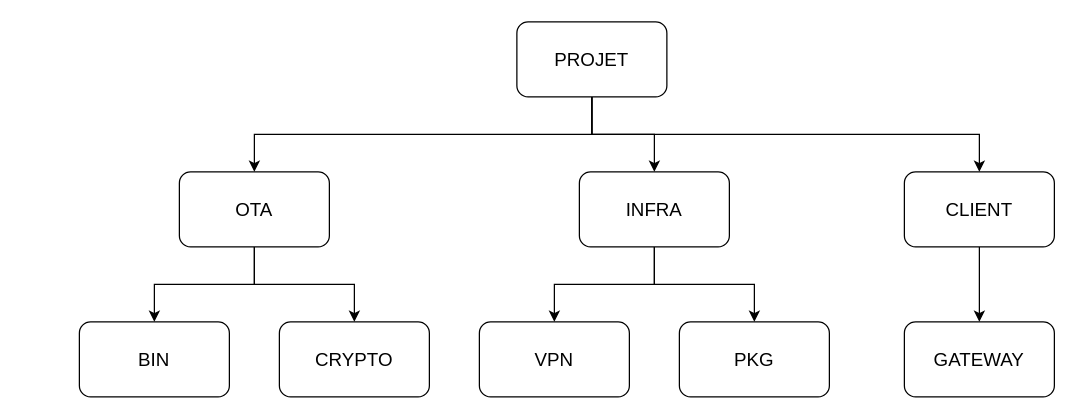
Before: docs/PBS.drawio in RafaLe0/3SI2-OTA-PA, a draw.io diagram. Source tidied: cells renumbered, new cells numbered last; positions are measured from the earlier drawing's top-left corner, leaving out a move shared by most shapes. Both pictures are drawn from the tidied source at 125%, with x=0, y=0 at pixel (79, 21).
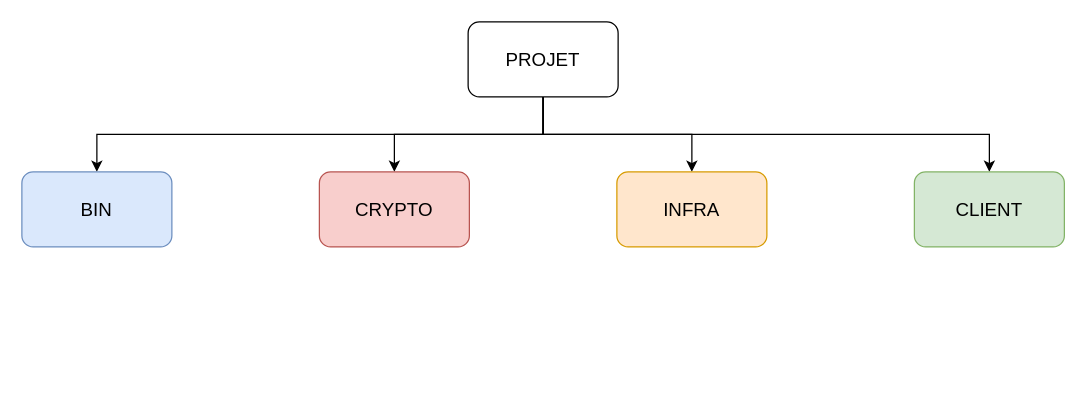
Above is the later version.

The edit, as a diff of the source:
```diff
@@
 <mxGraphModel>
   <root>
     <mxCell id="0" />
     <mxCell id="1" parent="0" />
     <mxCell id="2" style="edgeStyle=orthogonalEdgeStyle;rounded=0;jettySize=auto;html=1;entryX=0.5;entryY=0;entryDx=0;entryDy=0;" parent="1" edge="1" source="5" target="8">
       <mxGeometry relative="1" as="geometry" />
     </mxCell>
-    <mxCell id="3" style="edgeStyle=orthogonalEdgeStyle;rounded=0;jettySize=auto;html=1;entryX=0.5;entryY=0;entryDx=0;entryDy=0;exitX=0.5;exitY=1;exitDx=0;exitDy=0;" parent="1" edge="1" source="5" target="13">
+    <mxCell id="3" style="edgeStyle=orthogonalEdgeStyle;rounded=0;jettySize=auto;html=1;entryX=0.5;entryY=0;entryDx=0;entryDy=0;exitX=0.5;exitY=1;exitDx=0;exitDy=0;" parent="1" edge="1" source="5" target="14">
       <mxGeometry relative="1" as="geometry" />
     </mxCell>
     <mxCell id="4" style="edgeStyle=orthogonalEdgeStyle;rounded=0;jettySize=auto;html=1;exitX=0.5;exitY=1;exitDx=0;exitDy=0;entryX=0.5;entryY=0;entryDx=0;entryDy=0;" parent="1" edge="1" source="5" target="10">
       <mxGeometry relative="1" as="geometry" />
     </mxCell>
     <mxCell id="5" value="&lt;font style=&quot;font-size: 15px;&quot;&gt;PROJET&lt;/font&gt;" style="rounded=1;whiteSpace=wrap;html=1;" parent="1" vertex="1">
-      <mxGeometry x="350" width="120" height="60" as="geometry" />
+      <mxGeometry x="311" width="120" height="60" as="geometry" />
     </mxCell>
-    <mxCell id="6" style="edgeStyle=orthogonalEdgeStyle;rounded=0;jettySize=auto;html=1;exitX=0.5;exitY=1;exitDx=0;exitDy=0;entryX=0.5;entryY=0;entryDx=0;entryDy=0;" parent="1" edge="1" source="8" target="16">
-      <mxGeometry relative="1" as="geometry" />
-    </mxCell>
-    <mxCell id="7" style="edgeStyle=orthogonalEdgeStyle;rounded=0;jettySize=auto;html=1;exitX=0.5;exitY=1;exitDx=0;exitDy=0;entryX=0.5;entryY=0;entryDx=0;entryDy=0;" parent="1" edge="1" source="8" target="18">
-      <mxGeometry relative="1" as="geometry" />
-    </mxCell>
-    <mxCell id="8" value="&lt;font style=&quot;font-size: 15px;&quot;&gt;INFRA&lt;/font&gt;" style="rounded=1;whiteSpace=wrap;html=1;" parent="1" vertex="1">
-      <mxGeometry x="400" y="120" width="120" height="60" as="geometry" />
+    <mxCell id="8" value="&lt;font style=&quot;font-size: 15px;&quot;&gt;INFRA&lt;/font&gt;" style="rounded=1;whiteSpace=wrap;html=1;fillColor=#ffe6cc;strokeColor=#d79b00;" parent="1" vertex="1">
+      <mxGeometry x="430" y="120" width="120" height="60" as="geometry" />
     </mxCell>
-    <mxCell id="9" style="edgeStyle=orthogonalEdgeStyle;rounded=0;jettySize=auto;html=1;exitX=0.5;exitY=1;exitDx=0;exitDy=0;entryX=0.5;entryY=0;entryDx=0;entryDy=0;" parent="1" edge="1" source="10" target="17">
-      <mxGeometry relative="1" as="geometry" />
-    </mxCell>
-    <mxCell id="10" value="&lt;font style=&quot;font-size: 15px;&quot;&gt;CLIENT&lt;/font&gt;" style="rounded=1;whiteSpace=wrap;html=1;" parent="1" vertex="1">
-      <mxGeometry x="660" y="120" width="120" height="60" as="geometry" />
+    <mxCell id="10" value="&lt;font style=&quot;font-size: 15px;&quot;&gt;CLIENT&lt;/font&gt;" style="rounded=1;whiteSpace=wrap;html=1;fillColor=#d5e8d4;strokeColor=#82b366;" parent="1" vertex="1">
+      <mxGeometry x="668" y="120" width="120" height="60" as="geometry" />
     </mxCell>
-    <mxCell id="11" style="edgeStyle=orthogonalEdgeStyle;rounded=0;jettySize=auto;html=1;exitX=0.5;exitY=1;exitDx=0;exitDy=0;" parent="1" edge="1" source="13" target="14">
-      <mxGeometry relative="1" as="geometry" />
-    </mxCell>
-    <mxCell id="12" style="edgeStyle=orthogonalEdgeStyle;rounded=0;jettySize=auto;html=1;exitX=0.5;exitY=1;exitDx=0;exitDy=0;" parent="1" edge="1" source="13" target="15">
+    <mxCell id="12" style="edgeStyle=orthogonalEdgeStyle;rounded=0;jettySize=auto;html=1;exitX=0.5;exitY=1;exitDx=0;exitDy=0;" parent="1" edge="1" source="5" target="15">
       <mxGeometry relative="1" as="geometry" />
     </mxCell>
-    <mxCell id="13" value="&lt;font style=&quot;font-size: 15px;&quot;&gt;OTA&lt;/font&gt;" style="rounded=1;whiteSpace=wrap;html=1;" parent="1" vertex="1">
-      <mxGeometry x="80" y="120" width="120" height="60" as="geometry" />
-    </mxCell>
-    <mxCell id="14" value="&lt;font style=&quot;font-size: 15px;&quot;&gt;BIN&lt;/font&gt;" style="rounded=1;whiteSpace=wrap;html=1;" parent="1" vertex="1">
-      <mxGeometry y="240" width="120" height="60" as="geometry" />
+    <mxCell id="14" value="&lt;font style=&quot;font-size: 15px;&quot;&gt;BIN&lt;/font&gt;" style="rounded=1;whiteSpace=wrap;html=1;fillColor=#dae8fc;strokeColor=#6c8ebf;" parent="1" vertex="1">
+      <mxGeometry x="-46" y="120" width="120" height="60" as="geometry" />
     </mxCell>
-    <mxCell id="15" value="&lt;span style=&quot;font-size: 15px;&quot;&gt;CRYPTO&lt;/span&gt;" style="rounded=1;whiteSpace=wrap;html=1;" parent="1" vertex="1">
-      <mxGeometry x="160" y="240" width="120" height="60" as="geometry" />
+    <mxCell id="15" value="&lt;span style=&quot;font-size: 15px;&quot;&gt;CRYPTO&lt;/span&gt;" style="rounded=1;whiteSpace=wrap;html=1;fillColor=#f8cecc;strokeColor=#b85450;" parent="1" vertex="1">
+      <mxGeometry x="192" y="120" width="120" height="60" as="geometry" />
     </mxCell>
-    <mxCell id="16" value="&lt;font style=&quot;font-size: 15px;&quot;&gt;VPN&lt;/font&gt;" style="rounded=1;whiteSpace=wrap;html=1;" parent="1" vertex="1">
-      <mxGeometry x="320" y="240" width="120" height="60" as="geometry" />
-    </mxCell>
-    <mxCell id="17" value="&lt;font style=&quot;font-size: 15px;&quot;&gt;GATEWAY&lt;/font&gt;" style="rounded=1;whiteSpace=wrap;html=1;" parent="1" vertex="1">
-      <mxGeometry x="660" y="240" width="120" height="60" as="geometry" />
-    </mxCell>
-    <mxCell id="18" value="&lt;font style=&quot;font-size: 15px;&quot;&gt;PKG&lt;/font&gt;" style="rounded=1;whiteSpace=wrap;html=1;" parent="1" vertex="1">
-      <mxGeometry x="480" y="240" width="120" height="60" as="geometry" />
-    </mxCell>
   </root>
 </mxGraphModel>
```
